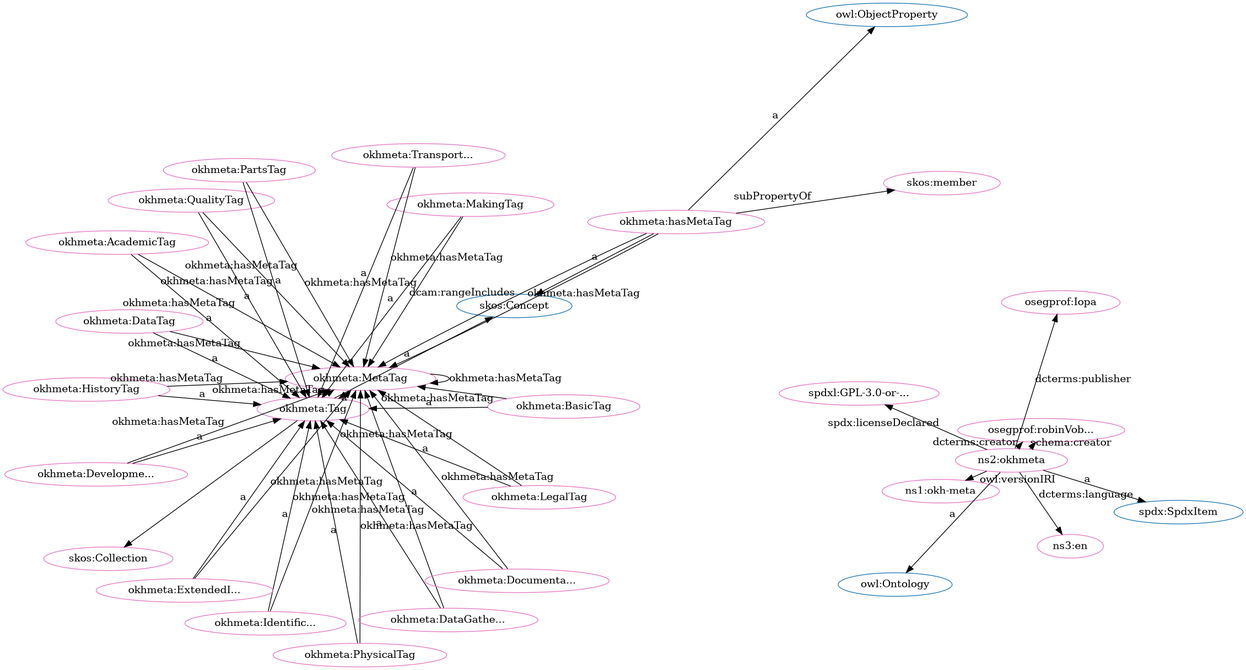
iop-alliance/OpenKnowHow keeps this Graphviz diagram as src/spec/fdp_okh-meta.png. Above is the earlier version. Its source is kept beside it as src/spec/fdp_okh-meta.dot.
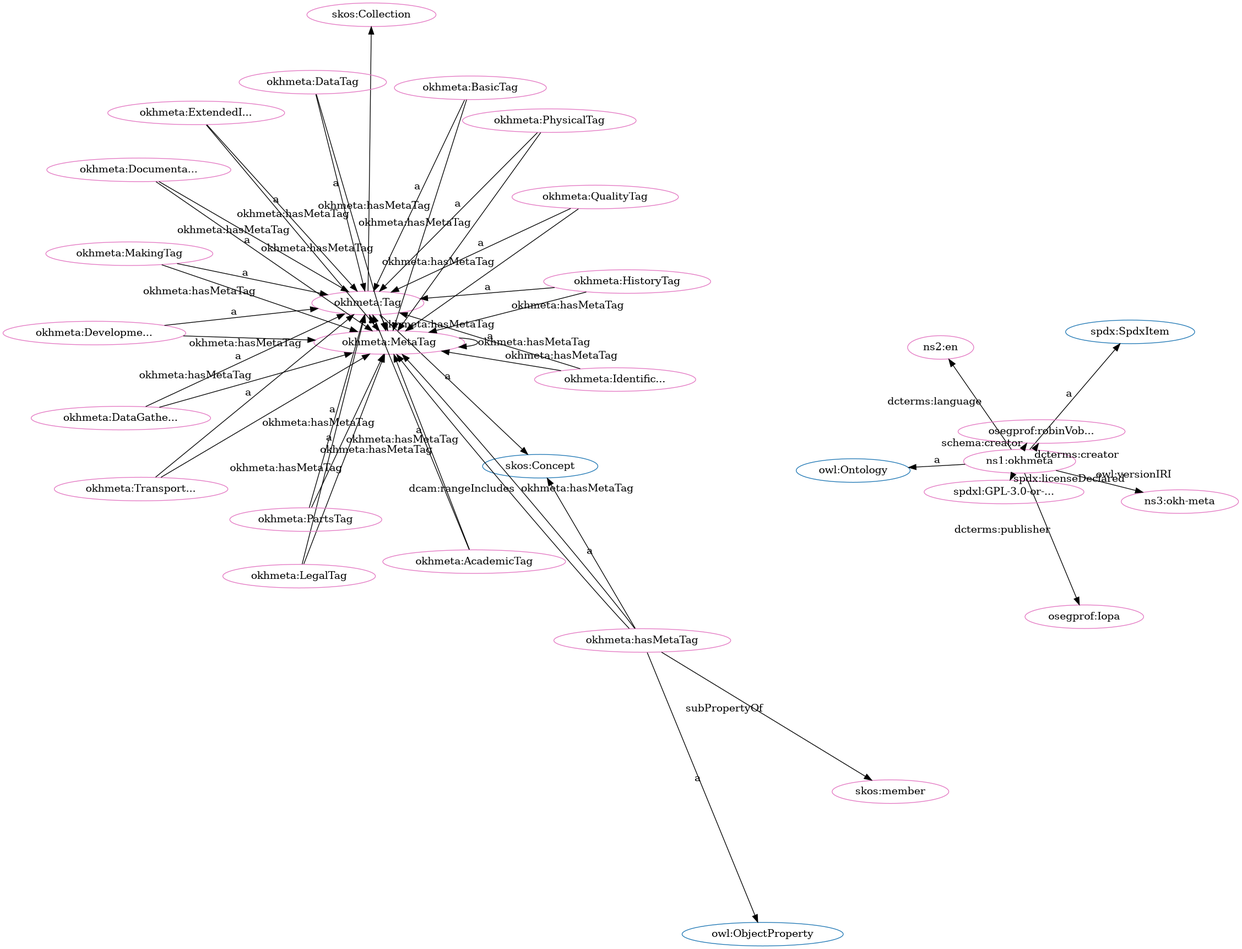
After the change.

Diff of the diagram source:
```diff
@@ -2,83 +2,83 @@
   rankdir=BT
   node[height=.3]
 "http://www.w3.org/2002/07/owl#Ontology" [fillcolor="#1f77b4" color="#1f77b4" label="owl:Ontology"]
+"http://www.w3.org/2004/02/skos/core#Concept" [fillcolor="#1f77b4" color="#1f77b4" label="skos:Concept"]
+"http://spdx.org/rdf/terms#SpdxItem" [fillcolor="#1f77b4" color="#1f77b4" label="spdx:SpdxItem"]
 "http://w3id.org/oseg/ont/okhmeta#Tag" [fillcolor="#1f77b4" color="#1f77b4" label="okhmeta:Tag"]
-"http://spdx.org/rdf/terms#SpdxItem" [fillcolor="#1f77b4" color="#1f77b4" label="spdx:SpdxItem"]
 "http://www.w3.org/2002/07/owl#ObjectProperty" [fillcolor="#1f77b4" color="#1f77b4" label="owl:ObjectProperty"]
 "http://www.w3.org/2004/02/skos/core#Collection" [fillcolor="#1f77b4" color="#1f77b4" label="skos:Collection"]
-"http://www.w3.org/2004/02/skos/core#Concept" [fillcolor="#1f77b4" color="#1f77b4" label="skos:Concept"]
+"http://w3id.org/oseg/ont/okhmeta#MetaTag" [fillcolor="#e377c2" color="#e377c2" label="okhmeta:MetaTag"]
+"http://w3id.org/oseg/ont/okhmeta" [fillcolor="#e377c2" color="#e377c2" label="ns1:okhmeta"]
+"http://w3id.org/oseg/ont/okhmeta#hasMetaTag" [fillcolor="#e377c2" color="#e377c2" label="okhmeta:hasMetaTag"]
+"http://id.loc.gov/vocabulary/iso639-1/en" [fillcolor="#e377c2" color="#e377c2" label="ns2:en"]
+"http://w3id.org/oseg/ont/okhmeta#Tag" [fillcolor="#e377c2" color="#e377c2" label="okhmeta:Tag"]
+"http://w3id.org/oseg/ont/oseg-profiles#Iopa" [fillcolor="#e377c2" color="#e377c2" label="osegprof:Iopa"]
+"http://w3id.org/oseg/ont/okhmeta#DevelopmentTag" [fillcolor="#e377c2" color="#e377c2" label="okhmeta:Developme..."]
+"http://w3id.org/oseg/ont/okhmeta#PhysicalTag" [fillcolor="#e377c2" color="#e377c2" label="okhmeta:PhysicalTag"]
+"http://w3id.org/oseg/ont/okhmeta#AcademicTag" [fillcolor="#e377c2" color="#e377c2" label="okhmeta:AcademicTag"]
+"http://w3id.org/oseg/ont/okhmeta#TransportationTag" [fillcolor="#e377c2" color="#e377c2" label="okhmeta:Transport..."]
+"http://w3id.org/oseg/ont/oseg-profiles#robinVobruba" [fillcolor="#e377c2" color="#e377c2" label="osegprof:robinVob..."]
+"http://w3id.org/oseg/ont/okhmeta#DataTag" [fillcolor="#e377c2" color="#e377c2" label="okhmeta:DataTag"]
+"http://w3id.org/oseg/ont/okhmeta#MakingTag" [fillcolor="#e377c2" color="#e377c2" label="okhmeta:MakingTag"]
 "http://w3id.org/oseg/ont/okhmeta#IdentificationTag" [fillcolor="#e377c2" color="#e377c2" label="okhmeta:Identific..."]
-"http://w3id.org/oseg/ont/okhmeta#MetaTag" [fillcolor="#e377c2" color="#e377c2" label="okhmeta:MetaTag"]
+"http://www.w3.org/2004/02/skos/core#member" [fillcolor="#e377c2" color="#e377c2" label="skos:member"]
+"http://w3id.org/oseg/ont/okhmeta#DataGatheringTag" [fillcolor="#e377c2" color="#e377c2" label="okhmeta:DataGathe..."]
+"http://w3id.org/oseg/ont/okhmeta#QualityTag" [fillcolor="#e377c2" color="#e377c2" label="okhmeta:QualityTag"]
+"http://spdx.org/licenses/GPL-3.0-or-later" [fillcolor="#e377c2" color="#e377c2" label="spdxl:GPL-3.0-or-..."]
+"http://w3id.org/oseg/ont/okhmeta#HistoryTag" [fillcolor="#e377c2" color="#e377c2" label="okhmeta:HistoryTag"]
+"http://w3id.org/oseg/ont/okhmeta#LegalTag" [fillcolor="#e377c2" color="#e377c2" label="okhmeta:LegalTag"]
 "http://w3id.org/oseg/ont/okhmeta#ExtendedInfoTag" [fillcolor="#e377c2" color="#e377c2" label="okhmeta:ExtendedI..."]
-"http://w3id.org/oseg/ont/1.1.0/okh-meta" [fillcolor="#e377c2" color="#e377c2" label="ns1:okh-meta"]
-"http://w3id.org/oseg/ont/okhmeta#DevelopmentTag" [fillcolor="#e377c2" color="#e377c2" label="okhmeta:Developme..."]
-"http://spdx.org/licenses/GPL-3.0-or-later" [fillcolor="#e377c2" color="#e377c2" label="spdxl:GPL-3.0-or-..."]
-"http://w3id.org/oseg/ont/okhmeta#PhysicalTag" [fillcolor="#e377c2" color="#e377c2" label="okhmeta:PhysicalTag"]
-"http://w3id.org/oseg/ont/okhmeta#hasMetaTag" [fillcolor="#e377c2" color="#e377c2" label="okhmeta:hasMetaTag"]
-"http://w3id.org/oseg/ont/okhmeta#QualityTag" [fillcolor="#e377c2" color="#e377c2" label="okhmeta:QualityTag"]
-"http://w3id.org/oseg/ont/okhmeta#Tag" [fillcolor="#e377c2" color="#e377c2" label="okhmeta:Tag"]
-"http://w3id.org/oseg/ont/okhmeta#AcademicTag" [fillcolor="#e377c2" color="#e377c2" label="okhmeta:AcademicTag"]
-"http://w3id.org/oseg/ont/okhmeta#DataTag" [fillcolor="#e377c2" color="#e377c2" label="okhmeta:DataTag"]
-"http://w3id.org/oseg/ont/okhmeta#DataGatheringTag" [fillcolor="#e377c2" color="#e377c2" label="okhmeta:DataGathe..."]
-"http://w3id.org/oseg/ont/oseg-profiles#Iopa" [fillcolor="#e377c2" color="#e377c2" label="osegprof:Iopa"]
-"http://w3id.org/oseg/ont/okhmeta#HistoryTag" [fillcolor="#e377c2" color="#e377c2" label="okhmeta:HistoryTag"]
-"http://www.w3.org/2004/02/skos/core#member" [fillcolor="#e377c2" color="#e377c2" label="skos:member"]
-"http://w3id.org/oseg/ont/oseg-profiles#robinVobruba" [fillcolor="#e377c2" color="#e377c2" label="osegprof:robinVob..."]
+"http://w3id.org/oseg/ont/okhmeta#BasicTag" [fillcolor="#e377c2" color="#e377c2" label="okhmeta:BasicTag"]
+"http://w3id.org/oseg/ont/okhmeta#PartsTag" [fillcolor="#e377c2" color="#e377c2" label="okhmeta:PartsTag"]
 "http://www.w3.org/2004/02/skos/core#Collection" [fillcolor="#e377c2" color="#e377c2" label="skos:Collection"]
 "http://w3id.org/oseg/ont/okhmeta#DocumentationTag" [fillcolor="#e377c2" color="#e377c2" label="okhmeta:Documenta..."]
-"http://w3id.org/oseg/ont/okhmeta#PartsTag" [fillcolor="#e377c2" color="#e377c2" label="okhmeta:PartsTag"]
-"http://w3id.org/oseg/ont/okhmeta#MakingTag" [fillcolor="#e377c2" color="#e377c2" label="okhmeta:MakingTag"]
-"http://w3id.org/oseg/ont/okhmeta#LegalTag" [fillcolor="#e377c2" color="#e377c2" label="okhmeta:LegalTag"]
-"http://w3id.org/oseg/ont/okhmeta" [fillcolor="#e377c2" color="#e377c2" label="ns2:okhmeta"]
-"http://w3id.org/oseg/ont/okhmeta#BasicTag" [fillcolor="#e377c2" color="#e377c2" label="okhmeta:BasicTag"]
-"http://id.loc.gov/vocabulary/iso639-1/en" [fillcolor="#e377c2" color="#e377c2" label="ns3:en"]
-"http://w3id.org/oseg/ont/okhmeta#TransportationTag" [fillcolor="#e377c2" color="#e377c2" label="okhmeta:Transport..."]
-  "http://w3id.org/oseg/ont/okhmeta#ExtendedInfoTag" -> "http://w3id.org/oseg/ont/okhmeta#Tag" [label="a"]
+"http://w3id.org/oseg/ont/1.1.0/okh-meta" [fillcolor="#e377c2" color="#e377c2" label="ns3:okh-meta"]
+  "http://w3id.org/oseg/ont/okhmeta" -> "http://www.w3.org/2002/07/owl#Ontology" [label="a"]
+  "http://w3id.org/oseg/ont/okhmeta#PartsTag" -> "http://w3id.org/oseg/ont/okhmeta#MetaTag" [label="okhmeta:hasMetaTag"]
+  "http://w3id.org/oseg/ont/okhmeta#ExtendedInfoTag" -> "http://w3id.org/oseg/ont/okhmeta#MetaTag" [label="okhmeta:hasMetaTag"]
+  "http://w3id.org/oseg/ont/okhmeta" -> "http://id.loc.gov/vocabulary/iso639-1/en" [label="dcterms:language"]
+  "http://w3id.org/oseg/ont/okhmeta#hasMetaTag" -> "http://w3id.org/oseg/ont/okhmeta#MetaTag" [label="dcam:rangeIncludes"]
+  "http://w3id.org/oseg/ont/okhmeta#DataTag" -> "http://w3id.org/oseg/ont/okhmeta#Tag" [label="a"]
+  "http://w3id.org/oseg/ont/okhmeta#MakingTag" -> "http://w3id.org/oseg/ont/okhmeta#Tag" [label="a"]
+  "http://w3id.org/oseg/ont/okhmeta#IdentificationTag" -> "http://w3id.org/oseg/ont/okhmeta#Tag" [label="a"]
+  "http://w3id.org/oseg/ont/okhmeta#DocumentationTag" -> "http://w3id.org/oseg/ont/okhmeta#MetaTag" [label="okhmeta:hasMetaTag"]
+  "http://w3id.org/oseg/ont/okhmeta" -> "http://w3id.org/oseg/ont/oseg-profiles#robinVobruba" [label="schema:creator"]
+  "http://w3id.org/oseg/ont/okhmeta#IdentificationTag" -> "http://w3id.org/oseg/ont/okhmeta#MetaTag" [label="okhmeta:hasMetaTag"]
+  "http://w3id.org/oseg/ont/okhmeta#DataGatheringTag" -> "http://w3id.org/oseg/ont/okhmeta#Tag" [label="a"]
+  "http://w3id.org/oseg/ont/okhmeta#QualityTag" -> "http://w3id.org/oseg/ont/okhmeta#Tag" [label="a"]
+  "http://w3id.org/oseg/ont/okhmeta" -> "http://spdx.org/licenses/GPL-3.0-or-later" [label="spdx:licenseDeclared"]
+  "http://w3id.org/oseg/ont/okhmeta#DataTag" -> "http://w3id.org/oseg/ont/okhmeta#MetaTag" [label="okhmeta:hasMetaTag"]
+  "http://w3id.org/oseg/ont/okhmeta#LegalTag" -> "http://w3id.org/oseg/ont/okhmeta#Tag" [label="a"]
+  "http://w3id.org/oseg/ont/okhmeta#DataGatheringTag" -> "http://w3id.org/oseg/ont/okhmeta#MetaTag" [label="okhmeta:hasMetaTag"]
+  "http://w3id.org/oseg/ont/okhmeta#QualityTag" -> "http://w3id.org/oseg/ont/okhmeta#MetaTag" [label="okhmeta:hasMetaTag"]
+  "http://w3id.org/oseg/ont/okhmeta#LegalTag" -> "http://w3id.org/oseg/ont/okhmeta#MetaTag" [label="okhmeta:hasMetaTag"]
+  "http://w3id.org/oseg/ont/okhmeta#Tag" -> "http://www.w3.org/2004/02/skos/core#Collection" [label=""]
   "http://w3id.org/oseg/ont/okhmeta" -> "http://w3id.org/oseg/ont/1.1.0/okh-meta" [label="owl:versionIRI"]
+  "http://w3id.org/oseg/ont/okhmeta#BasicTag" -> "http://w3id.org/oseg/ont/okhmeta#MetaTag" [label="okhmeta:hasMetaTag"]
+  "http://w3id.org/oseg/ont/okhmeta#hasMetaTag" -> "http://www.w3.org/2004/02/skos/core#Concept" [label="a"]
+  "http://w3id.org/oseg/ont/okhmeta#MakingTag" -> "http://w3id.org/oseg/ont/okhmeta#MetaTag" [label="okhmeta:hasMetaTag"]
+  "http://w3id.org/oseg/ont/okhmeta#Tag" -> "http://www.w3.org/2004/02/skos/core#Concept" [label="a"]
+  "http://w3id.org/oseg/ont/okhmeta" -> "http://w3id.org/oseg/ont/oseg-profiles#Iopa" [label="dcterms:publisher"]
   "http://w3id.org/oseg/ont/okhmeta#DevelopmentTag" -> "http://w3id.org/oseg/ont/okhmeta#Tag" [label="a"]
-  "http://w3id.org/oseg/ont/okhmeta#DataTag" -> "http://w3id.org/oseg/ont/okhmeta#MetaTag" [label="okhmeta:hasMetaTag"]
-  "http://w3id.org/oseg/ont/okhmeta" -> "http://spdx.org/licenses/GPL-3.0-or-later" [label="spdx:licenseDeclared"]
-  "http://w3id.org/oseg/ont/okhmeta#QualityTag" -> "http://w3id.org/oseg/ont/okhmeta#Tag" [label="a"]
+  "http://w3id.org/oseg/ont/okhmeta#hasMetaTag" -> "http://w3id.org/oseg/ont/okhmeta#MetaTag" [label="okhmeta:hasMetaTag"]
+  "http://w3id.org/oseg/ont/okhmeta#PhysicalTag" -> "http://w3id.org/oseg/ont/okhmeta#Tag" [label="a"]
   "http://w3id.org/oseg/ont/okhmeta#AcademicTag" -> "http://w3id.org/oseg/ont/okhmeta#Tag" [label="a"]
-  "http://w3id.org/oseg/ont/okhmeta#DataTag" -> "http://w3id.org/oseg/ont/okhmeta#Tag" [label="a"]
-  "http://w3id.org/oseg/ont/okhmeta#DataGatheringTag" -> "http://w3id.org/oseg/ont/okhmeta#Tag" [label="a"]
+  "http://w3id.org/oseg/ont/okhmeta#TransportationTag" -> "http://w3id.org/oseg/ont/okhmeta#Tag" [label="a"]
+  "http://w3id.org/oseg/ont/okhmeta" -> "http://spdx.org/rdf/terms#SpdxItem" [label="a"]
+  "http://w3id.org/oseg/ont/okhmeta#DevelopmentTag" -> "http://w3id.org/oseg/ont/okhmeta#MetaTag" [label="okhmeta:hasMetaTag"]
+  "http://w3id.org/oseg/ont/okhmeta#PhysicalTag" -> "http://w3id.org/oseg/ont/okhmeta#MetaTag" [label="okhmeta:hasMetaTag"]
+  "http://w3id.org/oseg/ont/okhmeta" -> "http://w3id.org/oseg/ont/oseg-profiles#robinVobruba" [label="dcterms:creator"]
   "http://w3id.org/oseg/ont/okhmeta#hasMetaTag" -> "http://www.w3.org/2004/02/skos/core#member" [label="subPropertyOf"]
-  "http://w3id.org/oseg/ont/okhmeta#PhysicalTag" -> "http://w3id.org/oseg/ont/okhmeta#MetaTag" [label="okhmeta:hasMetaTag"]
-  "http://w3id.org/oseg/ont/okhmeta#hasMetaTag" -> "http://w3id.org/oseg/ont/okhmeta#MetaTag" [label="okhmeta:hasMetaTag"]
-  "http://w3id.org/oseg/ont/okhmeta#LegalTag" -> "http://w3id.org/oseg/ont/okhmeta#MetaTag" [label="okhmeta:hasMetaTag"]
-  "http://w3id.org/oseg/ont/okhmeta#hasMetaTag" -> "http://www.w3.org/2004/02/skos/core#Concept" [label="a"]
-  "http://w3id.org/oseg/ont/okhmeta" -> "http://w3id.org/oseg/ont/oseg-profiles#robinVobruba" [label="dcterms:creator"]
-  "http://w3id.org/oseg/ont/okhmeta#DocumentationTag" -> "http://w3id.org/oseg/ont/okhmeta#Tag" [label="a"]
-  "http://w3id.org/oseg/ont/okhmeta#PartsTag" -> "http://w3id.org/oseg/ont/okhmeta#Tag" [label="a"]
-  "http://w3id.org/oseg/ont/okhmeta#MakingTag" -> "http://w3id.org/oseg/ont/okhmeta#Tag" [label="a"]
-  "http://w3id.org/oseg/ont/okhmeta" -> "http://spdx.org/rdf/terms#SpdxItem" [label="a"]
-  "http://w3id.org/oseg/ont/okhmeta" -> "http://w3id.org/oseg/ont/oseg-profiles#robinVobruba" [label="schema:creator"]
-  "http://w3id.org/oseg/ont/okhmeta#BasicTag" -> "http://w3id.org/oseg/ont/okhmeta#Tag" [label="a"]
   "http://w3id.org/oseg/ont/okhmeta#TransportationTag" -> "http://w3id.org/oseg/ont/okhmeta#MetaTag" [label="okhmeta:hasMetaTag"]
   "http://w3id.org/oseg/ont/okhmeta#MetaTag" -> "http://w3id.org/oseg/ont/okhmeta#Tag" [label="a"]
-  "http://w3id.org/oseg/ont/okhmeta" -> "http://id.loc.gov/vocabulary/iso639-1/en" [label="dcterms:language"]
-  "http://w3id.org/oseg/ont/okhmeta#DevelopmentTag" -> "http://w3id.org/oseg/ont/okhmeta#MetaTag" [label="okhmeta:hasMetaTag"]
-  "http://w3id.org/oseg/ont/okhmeta#TransportationTag" -> "http://w3id.org/oseg/ont/okhmeta#Tag" [label="a"]
-  "http://w3id.org/oseg/ont/okhmeta#QualityTag" -> "http://w3id.org/oseg/ont/okhmeta#MetaTag" [label="okhmeta:hasMetaTag"]
-  "http://w3id.org/oseg/ont/okhmeta#IdentificationTag" -> "http://w3id.org/oseg/ont/okhmeta#Tag" [label="a"]
+  "http://w3id.org/oseg/ont/okhmeta#HistoryTag" -> "http://w3id.org/oseg/ont/okhmeta#Tag" [label="a"]
+  "http://w3id.org/oseg/ont/okhmeta#Tag" -> "http://w3id.org/oseg/ont/okhmeta#MetaTag" [label="okhmeta:hasMetaTag"]
+  "http://w3id.org/oseg/ont/okhmeta#ExtendedInfoTag" -> "http://w3id.org/oseg/ont/okhmeta#Tag" [label="a"]
+  "http://w3id.org/oseg/ont/okhmeta#MetaTag" -> "http://w3id.org/oseg/ont/okhmeta#MetaTag" [label="okhmeta:hasMetaTag"]
   "http://w3id.org/oseg/ont/okhmeta#AcademicTag" -> "http://w3id.org/oseg/ont/okhmeta#MetaTag" [label="okhmeta:hasMetaTag"]
-  "http://w3id.org/oseg/ont/okhmeta#hasMetaTag" -> "http://w3id.org/oseg/ont/okhmeta#MetaTag" [label="dcam:rangeIncludes"]
-  "http://w3id.org/oseg/ont/okhmeta#DataGatheringTag" -> "http://w3id.org/oseg/ont/okhmeta#MetaTag" [label="okhmeta:hasMetaTag"]
-  "http://w3id.org/oseg/ont/okhmeta#PhysicalTag" -> "http://w3id.org/oseg/ont/okhmeta#Tag" [label="a"]
-  "http://w3id.org/oseg/ont/okhmeta#Tag" -> "http://w3id.org/oseg/ont/okhmeta#MetaTag" [label="okhmeta:hasMetaTag"]
   "http://w3id.org/oseg/ont/okhmeta#hasMetaTag" -> "http://www.w3.org/2002/07/owl#ObjectProperty" [label="a"]
-  "http://w3id.org/oseg/ont/okhmeta#Tag" -> "http://www.w3.org/2004/02/skos/core#Concept" [label="a"]
-  "http://w3id.org/oseg/ont/okhmeta" -> "http://w3id.org/oseg/ont/oseg-profiles#Iopa" [label="dcterms:publisher"]
-  "http://w3id.org/oseg/ont/okhmeta#HistoryTag" -> "http://w3id.org/oseg/ont/okhmeta#Tag" [label="a"]
-  "http://w3id.org/oseg/ont/okhmeta#DocumentationTag" -> "http://w3id.org/oseg/ont/okhmeta#MetaTag" [label="okhmeta:hasMetaTag"]
-  "http://w3id.org/oseg/ont/okhmeta#PartsTag" -> "http://w3id.org/oseg/ont/okhmeta#MetaTag" [label="okhmeta:hasMetaTag"]
-  "http://w3id.org/oseg/ont/okhmeta#MakingTag" -> "http://w3id.org/oseg/ont/okhmeta#MetaTag" [label="okhmeta:hasMetaTag"]
-  "http://w3id.org/oseg/ont/okhmeta#ExtendedInfoTag" -> "http://w3id.org/oseg/ont/okhmeta#MetaTag" [label="okhmeta:hasMetaTag"]
-  "http://w3id.org/oseg/ont/okhmeta#BasicTag" -> "http://w3id.org/oseg/ont/okhmeta#MetaTag" [label="okhmeta:hasMetaTag"]
-  "http://w3id.org/oseg/ont/okhmeta#Tag" -> "http://www.w3.org/2004/02/skos/core#Collection" [label=""]
-  "http://w3id.org/oseg/ont/okhmeta#MetaTag" -> "http://w3id.org/oseg/ont/okhmeta#MetaTag" [label="okhmeta:hasMetaTag"]
-  "http://w3id.org/oseg/ont/okhmeta#LegalTag" -> "http://w3id.org/oseg/ont/okhmeta#Tag" [label="a"]
+  "http://w3id.org/oseg/ont/okhmeta#BasicTag" -> "http://w3id.org/oseg/ont/okhmeta#Tag" [label="a"]
   "http://w3id.org/oseg/ont/okhmeta#HistoryTag" -> "http://w3id.org/oseg/ont/okhmeta#MetaTag" [label="okhmeta:hasMetaTag"]
-  "http://w3id.org/oseg/ont/okhmeta#IdentificationTag" -> "http://w3id.org/oseg/ont/okhmeta#MetaTag" [label="okhmeta:hasMetaTag"]
-  "http://w3id.org/oseg/ont/okhmeta" -> "http://www.w3.org/2002/07/owl#Ontology" [label="a"]
+  "http://w3id.org/oseg/ont/okhmeta#PartsTag" -> "http://w3id.org/oseg/ont/okhmeta#Tag" [label="a"]
+  "http://w3id.org/oseg/ont/okhmeta#DocumentationTag" -> "http://w3id.org/oseg/ont/okhmeta#Tag" [label="a"]
 }
```
